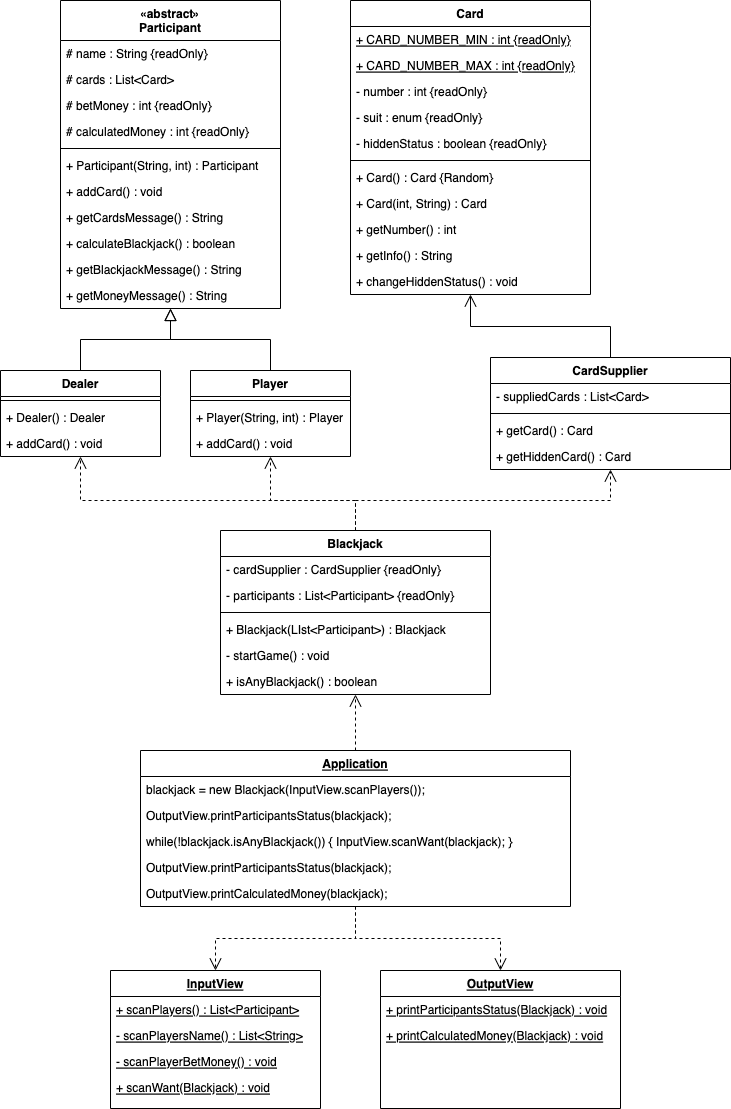
Above: DiagramBlackjack.drawio.png in muttjimmypark/java-blackjack-playground (draw.io), before the change. Source tidied: cells renumbered, new cells last; positions are measured from the earlier drawing's top-left corner, leaving out a move shared by most shapes.
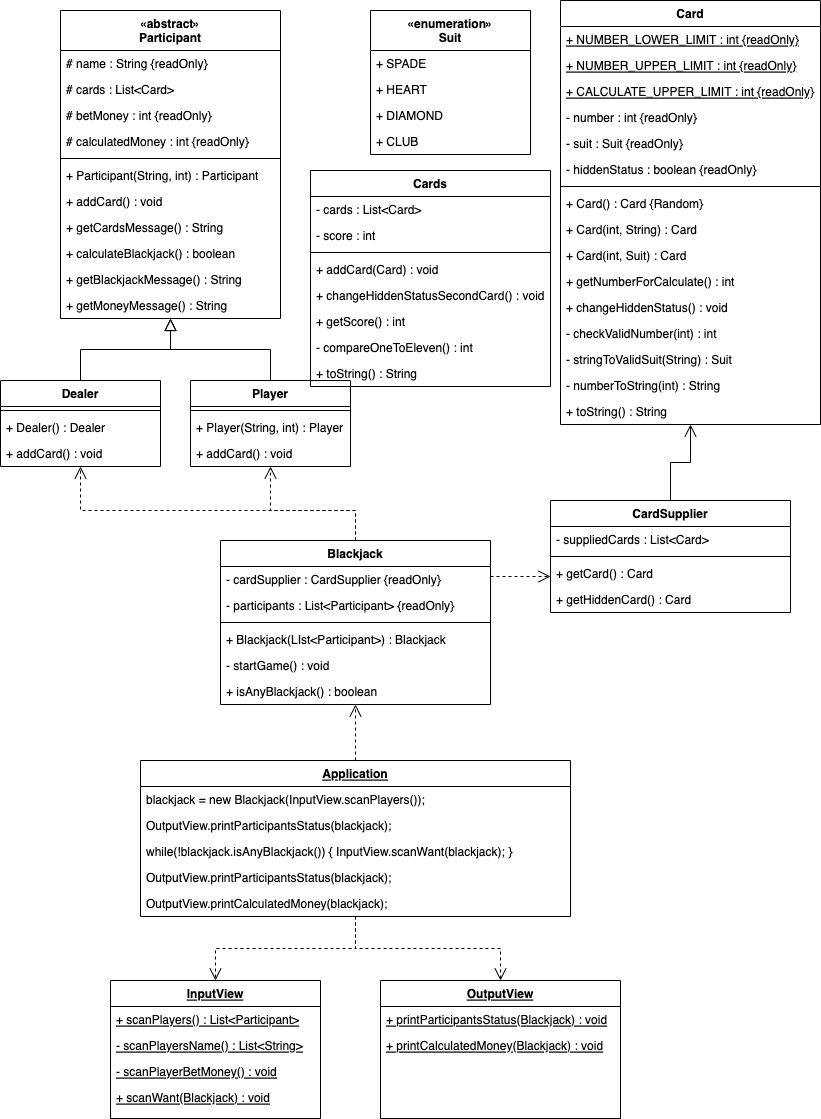
After the commit.

Diff of the diagram source:
```diff
@@ -41,71 +41,86 @@
     <mxCell id="14" value="Dealer" style="swimlane;fontStyle=1;align=center;verticalAlign=top;horizontal=1;startSize=26;rounded=0;shadow=0;strokeWidth=1;" parent="1" vertex="1">
       <mxGeometry y="370" width="160" height="86" as="geometry" />
     </mxCell>
-    <mxCell id="15" style="line;html=1;strokeWidth=1;align=left;verticalAlign=middle;spacingTop=-1;spacingLeft=3;spacingRight=3;labelPosition=right;" parent="14" vertex="1">
-      <mxGeometry y="26" width="160" height="8" as="geometry" />
-    </mxCell>
+    <mxCell id="69" style="line;html=1;strokeWidth=1;align=left;verticalAlign=middle;spacingTop=-1;spacingLeft=3;spacingRight=3;labelPosition=right;" parent="14" vertex="1">
+      <mxGeometry y="26" width="160" height="8" as="geometry" />
+    </mxCell>
     <mxCell id="16" value="+ Dealer() : Dealer" style="text;align=left;verticalAlign=top;spacingLeft=4;spacingRight=4;overflow=hidden;" parent="14" vertex="1">
       <mxGeometry y="34" width="160" height="26" as="geometry" />
     </mxCell>
-    <mxCell id="17" value="+ addCard() : void" style="text;align=left;verticalAlign=top;spacingLeft=4;spacingRight=4;overflow=hidden;" parent="14" vertex="1">
-      <mxGeometry y="60" width="160" height="26" as="geometry" />
-    </mxCell>
+    <mxCell id="70" value="+ addCard() : void" style="text;align=left;verticalAlign=top;spacingLeft=4;spacingRight=4;overflow=hidden;" parent="14" vertex="1">
+      <mxGeometry y="60" width="160" height="26" as="geometry" />
+    </mxCell>
     <mxCell id="18" style="endArrow=block;endSize=10;endFill=0;shadow=0;strokeWidth=1;rounded=0;edgeStyle=elbowEdgeStyle;elbow=vertical;" parent="1" edge="1" source="14" target="2">
       <mxGeometry relative="1" as="geometry" />
     </mxCell>
     <mxCell id="19" value="Player" style="swimlane;fontStyle=1;align=center;verticalAlign=top;horizontal=1;startSize=26;rounded=0;shadow=0;strokeWidth=1;" parent="1" vertex="1">
       <mxGeometry x="190" y="370" width="160" height="86" as="geometry" />
     </mxCell>
-    <mxCell id="20" style="line;html=1;strokeWidth=1;align=left;verticalAlign=middle;spacingTop=-1;spacingLeft=3;spacingRight=3;labelPosition=right;" parent="19" vertex="1">
-      <mxGeometry y="26" width="160" height="8" as="geometry" />
-    </mxCell>
+    <mxCell id="71" style="line;html=1;strokeWidth=1;align=left;verticalAlign=middle;spacingTop=-1;spacingLeft=3;spacingRight=3;labelPosition=right;" parent="19" vertex="1">
+      <mxGeometry y="26" width="160" height="8" as="geometry" />
+    </mxCell>
     <mxCell id="21" value="+ Player(String, int) : Player" style="text;align=left;verticalAlign=top;spacingLeft=4;spacingRight=4;overflow=hidden;" parent="19" vertex="1">
       <mxGeometry y="34" width="160" height="26" as="geometry" />
     </mxCell>
-    <mxCell id="22" value="+ addCard() : void" style="text;align=left;verticalAlign=top;spacingLeft=4;spacingRight=4;overflow=hidden;" parent="19" vertex="1">
-      <mxGeometry y="60" width="160" height="26" as="geometry" />
-    </mxCell>
+    <mxCell id="72" value="+ addCard() : void" style="text;align=left;verticalAlign=top;spacingLeft=4;spacingRight=4;overflow=hidden;" parent="19" vertex="1">
+      <mxGeometry y="60" width="160" height="26" as="geometry" />
+    </mxCell>
     <mxCell id="23" style="endArrow=block;endSize=10;endFill=0;shadow=0;strokeWidth=1;rounded=0;edgeStyle=elbowEdgeStyle;elbow=vertical;" parent="1" edge="1" source="19" target="2">
       <mxGeometry relative="1" as="geometry" />
     </mxCell>
     <mxCell id="24" value="Card" style="swimlane;fontStyle=1;align=center;verticalAlign=top;horizontal=1;startSize=26;rounded=0;shadow=0;strokeWidth=1;" parent="1" vertex="1">
-      <mxGeometry x="350" width="240" height="294" as="geometry" />
+      <mxGeometry x="560" y="-10" width="260" height="424" as="geometry" />
     </mxCell>
-    <mxCell id="25" value="+ CARD_NUMBER_MIN : int {readOnly}" style="text;align=left;verticalAlign=top;spacingLeft=4;spacingRight=4;overflow=hidden;rounded=0;shadow=0;html=0;fontStyle=4;" parent="24" vertex="1">
-      <mxGeometry y="26" width="240" height="26" as="geometry" />
-    </mxCell>
-    <mxCell id="26" value="+ CARD_NUMBER_MAX : int {readOnly}" style="text;align=left;verticalAlign=top;spacingLeft=4;spacingRight=4;overflow=hidden;rounded=0;shadow=0;html=0;fontStyle=4;" parent="24" vertex="1">
-      <mxGeometry y="52" width="240" height="26" as="geometry" />
-    </mxCell>
+    <mxCell id="73" value="+ NUMBER_LOWER_LIMIT : int {readOnly}" style="text;align=left;verticalAlign=top;spacingLeft=4;spacingRight=4;overflow=hidden;rounded=0;shadow=0;html=0;fontStyle=4;" parent="24" vertex="1">
+      <mxGeometry y="26" width="260" height="26" as="geometry" />
+    </mxCell>
+    <mxCell id="74" value="+ NUMBER_UPPER_LIMIT : int {readOnly}" style="text;align=left;verticalAlign=top;spacingLeft=4;spacingRight=4;overflow=hidden;rounded=0;shadow=0;html=0;fontStyle=4;" parent="24" vertex="1">
+      <mxGeometry y="52" width="260" height="26" as="geometry" />
+    </mxCell>
+    <mxCell id="75" value="+ CALCULATE_UPPER_LIMIT : int {readOnly}" style="text;align=left;verticalAlign=top;spacingLeft=4;spacingRight=4;overflow=hidden;rounded=0;shadow=0;html=0;fontStyle=4;" parent="24" vertex="1">
+      <mxGeometry y="78" width="260" height="26" as="geometry" />
+    </mxCell>
     <mxCell id="27" value="- number : int {readOnly}" style="text;align=left;verticalAlign=top;spacingLeft=4;spacingRight=4;overflow=hidden;rounded=0;shadow=0;html=0;" parent="24" vertex="1">
-      <mxGeometry y="78" width="240" height="26" as="geometry" />
+      <mxGeometry y="104" width="260" height="26" as="geometry" />
     </mxCell>
-    <mxCell id="28" value="- suit : enum {readOnly}" style="text;align=left;verticalAlign=top;spacingLeft=4;spacingRight=4;overflow=hidden;rounded=0;shadow=0;html=0;" parent="24" vertex="1">
-      <mxGeometry y="104" width="240" height="26" as="geometry" />
-    </mxCell>
+    <mxCell id="76" value="- suit : Suit {readOnly}" style="text;align=left;verticalAlign=top;spacingLeft=4;spacingRight=4;overflow=hidden;rounded=0;shadow=0;html=0;" parent="24" vertex="1">
+      <mxGeometry y="130" width="260" height="26" as="geometry" />
+    </mxCell>
     <mxCell id="29" value="- hiddenStatus : boolean {readOnly}" style="text;align=left;verticalAlign=top;spacingLeft=4;spacingRight=4;overflow=hidden;" parent="24" vertex="1">
-      <mxGeometry y="130" width="240" height="26" as="geometry" />
+      <mxGeometry y="156" width="260" height="26" as="geometry" />
     </mxCell>
-    <mxCell id="30" style="line;html=1;strokeWidth=1;align=left;verticalAlign=middle;spacingTop=-1;spacingLeft=3;spacingRight=3;labelPosition=right;" parent="24" vertex="1">
-      <mxGeometry y="156" width="240" height="8" as="geometry" />
-    </mxCell>
+    <mxCell id="77" style="line;html=1;strokeWidth=1;align=left;verticalAlign=middle;spacingTop=-1;spacingLeft=3;spacingRight=3;labelPosition=right;" parent="24" vertex="1">
+      <mxGeometry y="182" width="260" height="8" as="geometry" />
+    </mxCell>
     <mxCell id="31" value="+ Card() : Card {Random}" style="text;align=left;verticalAlign=top;spacingLeft=4;spacingRight=4;overflow=hidden;" parent="24" vertex="1">
-      <mxGeometry y="164" width="240" height="26" as="geometry" />
+      <mxGeometry y="190" width="260" height="26" as="geometry" />
     </mxCell>
     <mxCell id="32" value="+ Card(int, String) : Card" style="text;align=left;verticalAlign=top;spacingLeft=4;spacingRight=4;overflow=hidden;" parent="24" vertex="1">
-      <mxGeometry y="190" width="240" height="26" as="geometry" />
+      <mxGeometry y="216" width="260" height="26" as="geometry" />
     </mxCell>
-    <mxCell id="33" value="+ getNumber() : int" style="text;align=left;verticalAlign=top;spacingLeft=4;spacingRight=4;overflow=hidden;" parent="24" vertex="1">
-      <mxGeometry y="216" width="240" height="26" as="geometry" />
-    </mxCell>
-    <mxCell id="34" value="+ getInfo() : String" style="text;align=left;verticalAlign=top;spacingLeft=4;spacingRight=4;overflow=hidden;" parent="24" vertex="1">
-      <mxGeometry y="242" width="240" height="26" as="geometry" />
-    </mxCell>
+    <mxCell id="78" value="+ Card(int, Suit) : Card" style="text;align=left;verticalAlign=top;spacingLeft=4;spacingRight=4;overflow=hidden;" parent="24" vertex="1">
+      <mxGeometry y="242" width="260" height="26" as="geometry" />
+    </mxCell>
+    <mxCell id="79" value="+ getNumberForCalculate() : int" style="text;align=left;verticalAlign=top;spacingLeft=4;spacingRight=4;overflow=hidden;" parent="24" vertex="1">
+      <mxGeometry y="268" width="260" height="26" as="geometry" />
+    </mxCell>
     <mxCell id="35" value="+ changeHiddenStatus() : void" style="text;align=left;verticalAlign=top;spacingLeft=4;spacingRight=4;overflow=hidden;" parent="24" vertex="1">
-      <mxGeometry y="268" width="240" height="26" as="geometry" />
+      <mxGeometry y="294" width="260" height="26" as="geometry" />
     </mxCell>
+    <mxCell id="80" value="- checkValidNumber(int) : int" style="text;align=left;verticalAlign=top;spacingLeft=4;spacingRight=4;overflow=hidden;" parent="24" vertex="1">
+      <mxGeometry y="320" width="260" height="26" as="geometry" />
+    </mxCell>
+    <mxCell id="81" value="- stringToValidSuit(String) : Suit" style="text;align=left;verticalAlign=top;spacingLeft=4;spacingRight=4;overflow=hidden;" parent="24" vertex="1">
+      <mxGeometry y="346" width="260" height="26" as="geometry" />
+    </mxCell>
+    <mxCell id="82" value="- numberToString(int) : String" style="text;align=left;verticalAlign=top;spacingLeft=4;spacingRight=4;overflow=hidden;" parent="24" vertex="1">
+      <mxGeometry y="372" width="260" height="26" as="geometry" />
+    </mxCell>
+    <mxCell id="83" value="+ toString() : String" style="text;align=left;verticalAlign=top;spacingLeft=4;spacingRight=4;overflow=hidden;" parent="24" vertex="1">
+      <mxGeometry y="398" width="260" height="26" as="geometry" />
+    </mxCell>
     <mxCell id="36" value="CardSupplier" style="swimlane;fontStyle=1;align=center;verticalAlign=top;horizontal=1;startSize=26;rounded=0;shadow=0;strokeWidth=1;" parent="1" vertex="1">
-      <mxGeometry x="490" y="357" width="240" height="112" as="geometry" />
+      <mxGeometry x="550" y="490" width="240" height="112" as="geometry" />
     </mxCell>
     <mxCell id="37" value="- suppliedCards : List&lt;Card&gt;" style="text;align=left;verticalAlign=top;spacingLeft=4;spacingRight=4;overflow=hidden;rounded=0;shadow=0;html=0;" parent="36" vertex="1">
       <mxGeometry y="26" width="240" height="26" as="geometry" />
@@ -211,5 +226,47 @@
     <mxCell id="68" style="endArrow=open;endSize=10;endFill=0;shadow=0;strokeWidth=1;rounded=0;edgeStyle=elbowEdgeStyle;elbow=vertical;dashed=1;" parent="1" edge="1" source="48" target="59">
       <mxGeometry relative="1" as="geometry" />
     </mxCell>
+    <mxCell id="84" value="Cards" style="swimlane;fontStyle=1;align=center;verticalAlign=top;horizontal=1;startSize=26;rounded=0;shadow=0;strokeWidth=1;" parent="1" vertex="1">
+      <mxGeometry x="310" y="160" width="240" height="216" as="geometry" />
+    </mxCell>
+    <mxCell id="85" value="- cards : List&lt;Card&gt;" style="text;align=left;verticalAlign=top;spacingLeft=4;spacingRight=4;overflow=hidden;rounded=0;shadow=0;html=0;" parent="84" vertex="1">
+      <mxGeometry y="26" width="240" height="26" as="geometry" />
+    </mxCell>
+    <mxCell id="86" value="- score : int" style="text;align=left;verticalAlign=top;spacingLeft=4;spacingRight=4;overflow=hidden;rounded=0;shadow=0;html=0;" parent="84" vertex="1">
+      <mxGeometry y="52" width="240" height="26" as="geometry" />
+    </mxCell>
+    <mxCell id="87" style="line;html=1;strokeWidth=1;align=left;verticalAlign=middle;spacingTop=-1;spacingLeft=3;spacingRight=3;labelPosition=right;" parent="84" vertex="1">
+      <mxGeometry y="78" width="240" height="8" as="geometry" />
+    </mxCell>
+    <mxCell id="88" value="+ addCard(Card) : void" style="text;align=left;verticalAlign=top;spacingLeft=4;spacingRight=4;overflow=hidden;" parent="84" vertex="1">
+      <mxGeometry y="86" width="240" height="26" as="geometry" />
+    </mxCell>
+    <mxCell id="89" value="+ changeHiddenStatusSecondCard() : void" style="text;align=left;verticalAlign=top;spacingLeft=4;spacingRight=4;overflow=hidden;" parent="84" vertex="1">
+      <mxGeometry y="112" width="240" height="26" as="geometry" />
+    </mxCell>
+    <mxCell id="90" value="+ getScore() : int" style="text;align=left;verticalAlign=top;spacingLeft=4;spacingRight=4;overflow=hidden;" parent="84" vertex="1">
+      <mxGeometry y="138" width="240" height="26" as="geometry" />
+    </mxCell>
+    <mxCell id="91" value="- compareOneToEleven() : int" style="text;align=left;verticalAlign=top;spacingLeft=4;spacingRight=4;overflow=hidden;" parent="84" vertex="1">
+      <mxGeometry y="164" width="240" height="26" as="geometry" />
+    </mxCell>
+    <mxCell id="92" value="+ toString() : String" style="text;align=left;verticalAlign=top;spacingLeft=4;spacingRight=4;overflow=hidden;" parent="84" vertex="1">
+      <mxGeometry y="190" width="240" height="26" as="geometry" />
+    </mxCell>
+    <mxCell id="93" value="«enumeration»&#10;Suit" style="swimlane;fontStyle=1;align=center;verticalAlign=top;horizontal=1;startSize=40;rounded=0;shadow=0;strokeWidth=1;" parent="1" vertex="1">
+      <mxGeometry x="370" width="160" height="144" as="geometry" />
+    </mxCell>
+    <mxCell id="94" value="+ SPADE" style="text;align=left;verticalAlign=top;spacingLeft=4;spacingRight=4;overflow=hidden;" parent="93" vertex="1">
+      <mxGeometry y="40" width="160" height="26" as="geometry" />
+    </mxCell>
+    <mxCell id="95" value="+ HEART" style="text;align=left;verticalAlign=top;spacingLeft=4;spacingRight=4;overflow=hidden;" parent="93" vertex="1">
+      <mxGeometry y="66" width="160" height="26" as="geometry" />
+    </mxCell>
+    <mxCell id="96" value="+ DIAMOND" style="text;align=left;verticalAlign=top;spacingLeft=4;spacingRight=4;overflow=hidden;" parent="93" vertex="1">
+      <mxGeometry y="92" width="160" height="26" as="geometry" />
+    </mxCell>
+    <mxCell id="97" value="+ CLUB" style="text;align=left;verticalAlign=top;spacingLeft=4;spacingRight=4;overflow=hidden;" parent="93" vertex="1">
+      <mxGeometry y="118" width="160" height="26" as="geometry" />
+    </mxCell>
   </root>
 </mxGraphModel>
```
